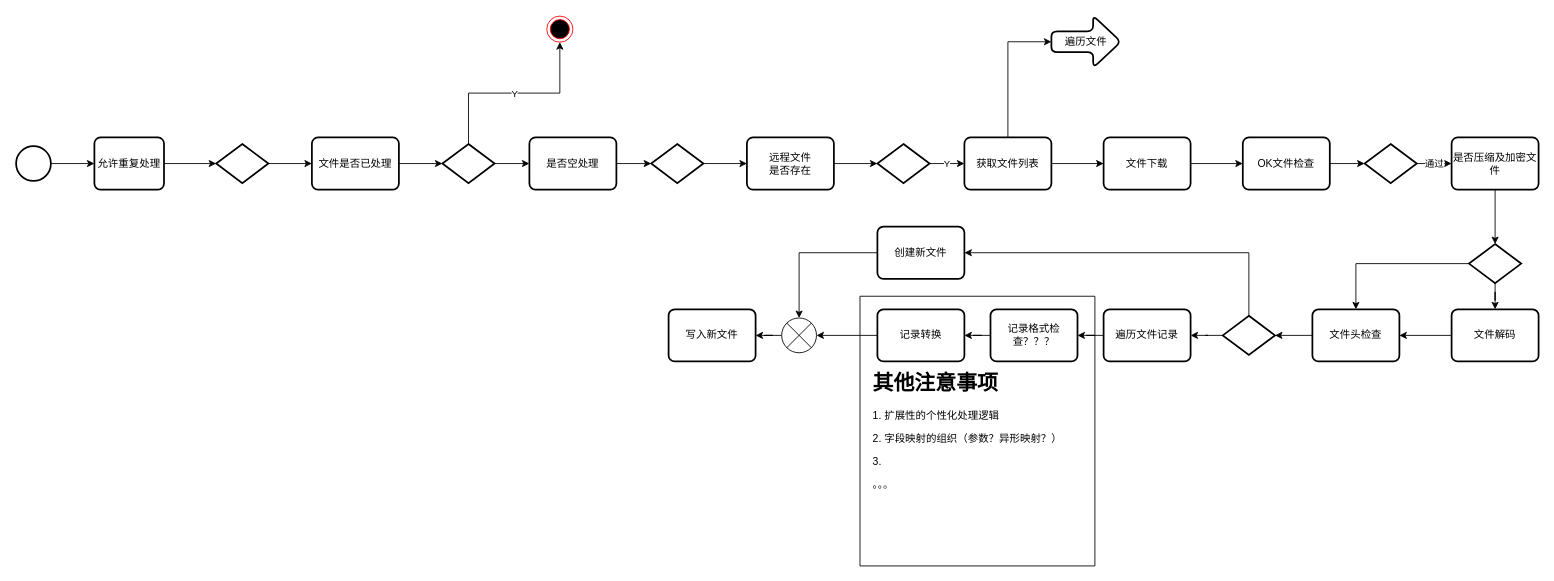
The draw.io diagram page "Page-5" (5 of 5) of diagrams.net/DDDtest.drawio in ZhengweiHou/simplegit, before the edit. Source tidied: cells renumbered, new cells numbered last; positions are measured from the earlier drawing's top-left corner, leaving out a move shared by most shapes. Both pictures are drawn from the tidied source at 87%, with x=0, y=0 at pixel (16, 16).
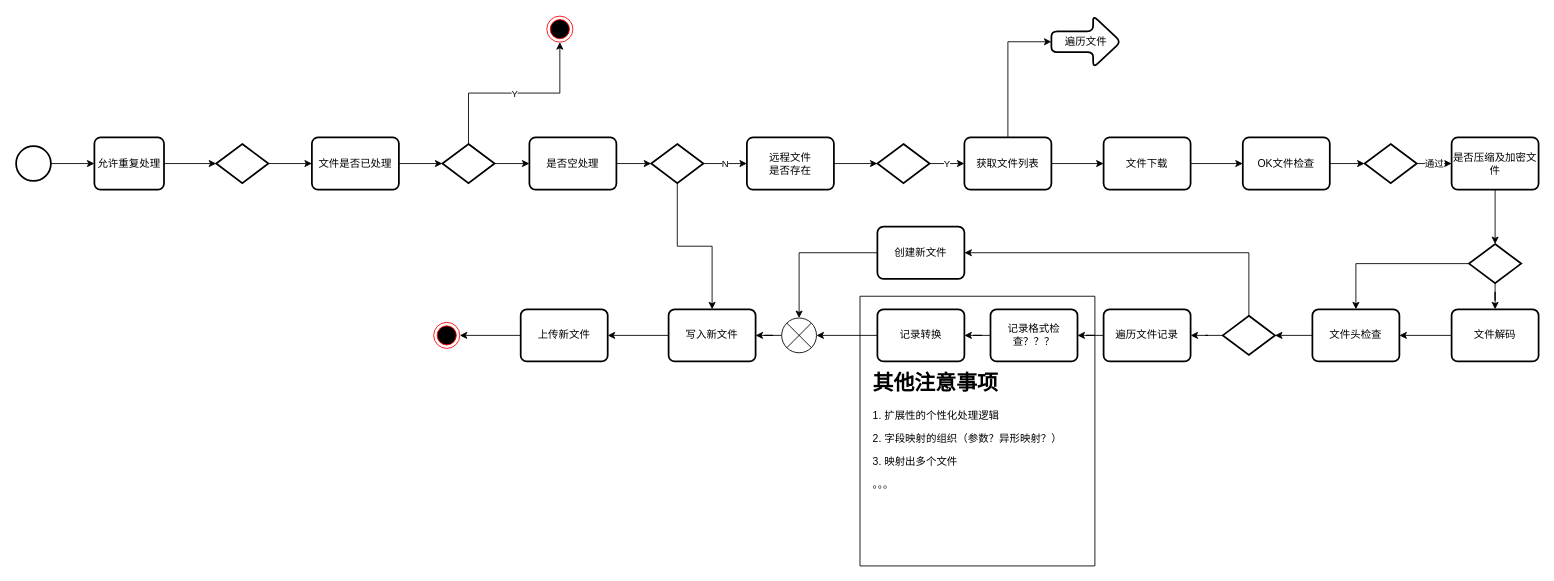
After the change.

The change refers to these unchanged cells:
```xml
<mxCell id="5" value="&lt;div&gt;远程文件&lt;/div&gt;&lt;div&gt;是否存在&lt;/div&gt;" style="rounded=1;whiteSpace=wrap;html=1;absoluteArcSize=1;arcSize=14;strokeWidth=2;" parent="1" vertex="1">
  <mxGeometry x="840" y="139.5" width="100" height="60" as="geometry" />
</mxCell>
<mxCell id="43" style="strokeWidth=2;html=1;shape=mxgraph.flowchart.decision;whiteSpace=wrap;" parent="1" vertex="1">
  <mxGeometry x="730" y="147" width="60" height="45" as="geometry" />
</mxCell>
<mxCell id="53" value="写入新文件" style="rounded=1;whiteSpace=wrap;html=1;absoluteArcSize=1;arcSize=14;strokeWidth=2;" parent="1" vertex="1">
  <mxGeometry x="750" y="337" width="100" height="60" as="geometry" />
</mxCell>
```

Diff of the diagram source:
```diff
@@
-    <mxCell id="42" value="&lt;div&gt;&lt;br&gt;&lt;/div&gt;" style="edgeStyle=orthogonalEdgeStyle;rounded=0;jettySize=auto;html=1;entryX=0;entryY=0.5;entryDx=0;entryDy=0;" parent="1" edge="1" source="43" target="5">
+    <mxCell id="42" value="&lt;div&gt;N&lt;br&gt;&lt;/div&gt;" style="edgeStyle=orthogonalEdgeStyle;rounded=0;jettySize=auto;html=1;entryX=0;entryY=0.5;entryDx=0;entryDy=0;" parent="1" edge="1" source="43" target="5">
       <mxGeometry relative="1" as="geometry" />
     </mxCell>
@@
+    <mxCell id="58" style="edgeStyle=orthogonalEdgeStyle;rounded=0;jettySize=auto;html=1;" parent="1" edge="1" source="53" target="61">
+      <mxGeometry relative="1" as="geometry" />
+    </mxCell>
@@
-    <mxCell id="57" value="&lt;h1&gt;其他注意事项&lt;br&gt;&lt;/h1&gt;&lt;p&gt;1. 扩展性的个性化处理逻辑&lt;/p&gt;&lt;p&gt;2. 字段映射的组织（参数？异形映射？）&lt;br&gt;&lt;/p&gt;&lt;p&gt;3. &lt;br&gt;&lt;/p&gt;&lt;p&gt;。。。&lt;br&gt;&lt;/p&gt;" style="text;html=1;strokeColor=none;fillColor=none;spacing=5;spacingTop=-20;whiteSpace=wrap;overflow=hidden;rounded=0;" parent="55" vertex="1">
+    <mxCell id="57" value="&lt;h1&gt;其他注意事项&lt;br&gt;&lt;/h1&gt;&lt;p&gt;1. 扩展性的个性化处理逻辑&lt;/p&gt;&lt;p&gt;2. 字段映射的组织（参数？异形映射？）&lt;br&gt;&lt;/p&gt;&lt;p&gt;3. 映射出多个文件&lt;br&gt;&lt;/p&gt;&lt;p&gt;。。。&lt;br&gt;&lt;/p&gt;" style="text;html=1;strokeColor=none;fillColor=none;spacing=5;spacingTop=-20;whiteSpace=wrap;overflow=hidden;rounded=0;" parent="55" vertex="1">
       <mxGeometry x="980" y="402" width="250" height="180" as="geometry" />
     </mxCell>
+    <mxCell id="59" style="edgeStyle=orthogonalEdgeStyle;rounded=0;jettySize=auto;html=1;entryX=0.5;entryY=0;entryDx=0;entryDy=0;" parent="55" edge="1" source="43" target="53">
+      <mxGeometry relative="1" as="geometry" />
+    </mxCell>
+    <mxCell id="60" style="edgeStyle=orthogonalEdgeStyle;rounded=0;jettySize=auto;html=1;" parent="55" edge="1" source="61" target="62">
+      <mxGeometry relative="1" as="geometry" />
+    </mxCell>
+    <mxCell id="61" value="上传新文件" style="rounded=1;whiteSpace=wrap;html=1;absoluteArcSize=1;arcSize=14;strokeWidth=2;" parent="55" vertex="1">
+      <mxGeometry x="580" y="337" width="100" height="60" as="geometry" />
+    </mxCell>
+    <mxCell id="62" style="ellipse;html=1;shape=endState;fillColor=#000000;strokeColor=#ff0000;" parent="55" vertex="1">
+      <mxGeometry x="480" y="352" width="30" height="30" as="geometry" />
+    </mxCell>
```
